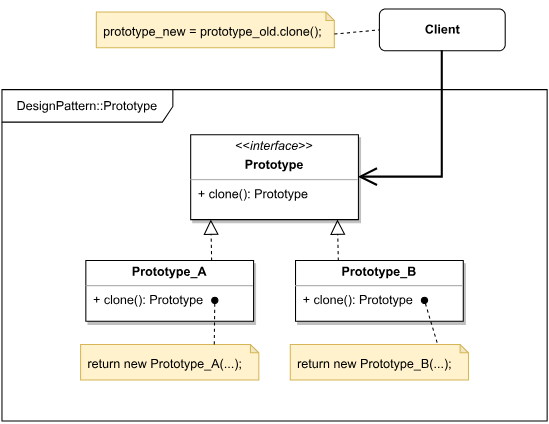
safar-jn/design-patterns keeps this draw.io diagram as Prototype/Prototype.svg. Above is the earlier version. Source tidied: cells renumbered, new cells last; positions are measured from the earlier drawing's top-left corner, leaving out a move shared by most shapes. The source it was exported from:
```xml
<mxGraphModel>
  <root>
    <mxCell id="0" />
    <mxCell id="1" parent="0" />
    <mxCell id="2" value="DesignPattern::Prototype" style="shape=umlFrame;whiteSpace=wrap;html=1;width=163;height=31;" parent="1" vertex="1">
      <mxGeometry y="77" width="520" height="316" as="geometry" />
    </mxCell>
    <mxCell id="3" style="edgeStyle=orthogonalEdgeStyle;rounded=0;orthogonalLoop=1;jettySize=auto;html=1;exitX=0.5;exitY=1;exitDx=0;exitDy=0;" parent="1" edge="1">
      <mxGeometry relative="1" as="geometry">
        <mxPoint x="120" as="sourcePoint" />
        <mxPoint x="120" as="targetPoint" />
      </mxGeometry>
    </mxCell>
    <mxCell id="4" value="&lt;b&gt;Client&lt;/b&gt;" style="html=1;rounded=1;shadow=0;glass=0;sketch=0;strokeColor=default;strokeWidth=1;fontSize=12;fontColor=default;fillColor=default;gradientColor=none;" parent="1" vertex="1">
      <mxGeometry x="360" width="120" height="40" as="geometry" />
    </mxCell>
    <mxCell id="5" value="&lt;div style=&quot;&quot;&gt;&lt;span style=&quot;font-size: 12px;&quot;&gt;prototype_new = prototype_old.clone();&lt;/span&gt;&lt;/div&gt;" style="shape=note;backgroundOutline=1;darkOpacity=0.05;rounded=1;shadow=0;glass=0;sketch=0;strokeColor=#d6b656;fontSize=16;size=8;strokeWidth=1;fillColor=#fff2cc;html=1;whiteSpace=wrap;align=left;spacingLeft=5;" parent="1" vertex="1">
      <mxGeometry x="90" y="3" width="227" height="34" as="geometry" />
    </mxCell>
    <mxCell id="6" style="endArrow=none;dashed=1;html=1;rounded=0;shadow=0;sketch=0;strokeWidth=1;fontSize=12;startArrow=none;startFill=0;entryX=0;entryY=0.5;entryDx=0;entryDy=0;exitX=0;exitY=0;exitDx=227;exitDy=21;exitPerimeter=0;" parent="1" edge="1" source="5" target="4">
      <mxGeometry relative="1" as="geometry" />
    </mxCell>
    <mxCell id="7" value="&lt;p style=&quot;margin:0px;margin-top:4px;text-align:center;&quot;&gt;&amp;lt;&amp;lt;&lt;i&gt;interface&lt;/i&gt;&amp;gt;&amp;gt;&lt;/p&gt;&lt;p style=&quot;margin:0px;margin-top:4px;text-align:center;&quot;&gt;&lt;b&gt;Prototype&lt;/b&gt;&lt;/p&gt;&lt;hr size=&quot;1&quot;&gt;&lt;p style=&quot;margin:0px;margin-left:4px;&quot;&gt;&lt;/p&gt;&lt;p style=&quot;margin:0px;margin-left:4px;&quot;&gt;&amp;nbsp;+ clone(): Prototype&lt;/p&gt;" style="verticalAlign=top;align=left;overflow=fill;fontSize=12;fontFamily=Helvetica;html=1;rounded=0;shadow=1;glass=0;sketch=0;strokeColor=default;strokeWidth=1;fontColor=default;fillColor=default;gradientColor=none;" parent="1" vertex="1">
      <mxGeometry x="180" y="120" width="160" height="81" as="geometry" />
    </mxCell>
    <mxCell id="8" style="edgeStyle=orthogonalEdgeStyle;rounded=0;jettySize=auto;html=1;exitX=0.5;exitY=1;exitDx=0;exitDy=0;entryX=1;entryY=0.5;entryDx=0;entryDy=0;fontSize=12;endArrow=open;startSize=14;endSize=14;shadow=0;sketch=0;strokeWidth=2;fontColor=default;labelBackgroundColor=default;strokeColor=#000000;" parent="1" edge="1" source="4" target="7">
      <mxGeometry relative="1" as="geometry">
        <Array as="points">
          <mxPoint x="420" y="161" />
          <mxPoint x="340" y="161" />
        </Array>
      </mxGeometry>
    </mxCell>
    <mxCell id="9" value="&lt;p style=&quot;margin:0px;margin-top:4px;text-align:center;&quot;&gt;&lt;b&gt;Prototype_A&lt;/b&gt;&lt;/p&gt;&lt;hr size=&quot;1&quot;&gt;&lt;p style=&quot;margin:0px;margin-left:4px;&quot;&gt;&lt;/p&gt;&lt;p style=&quot;margin:0px;margin-left:4px;&quot;&gt;&lt;span style=&quot;background-color: initial;&quot;&gt;&amp;nbsp;+ clone(): Prototype&lt;/span&gt;&lt;br&gt;&lt;/p&gt;" style="verticalAlign=top;align=left;overflow=fill;fontSize=12;fontFamily=Helvetica;html=1;rounded=0;shadow=1;glass=0;sketch=0;strokeColor=default;strokeWidth=1;fontColor=default;fillColor=default;gradientColor=none;" parent="1" vertex="1">
      <mxGeometry x="80" y="240" width="160" height="58" as="geometry" />
    </mxCell>
    <mxCell id="10" style="edgeStyle=orthogonalEdgeStyle;rounded=0;sketch=0;orthogonalLoop=1;jettySize=auto;html=1;exitX=0.5;exitY=1;exitDx=0;exitDy=0;exitPerimeter=0;shadow=0;labelBackgroundColor=default;strokeColor=#000000;strokeWidth=1;fontSize=12;fontColor=default;startArrow=none;startFill=0;endArrow=openThin;endFill=0;" parent="1" edge="1" source="5" target="5">
      <mxGeometry relative="1" as="geometry" />
    </mxCell>
    <mxCell id="11" style="endArrow=block;dashed=1;endFill=0;endSize=12;html=1;rounded=0;shadow=0;labelBackgroundColor=default;sketch=0;strokeColor=#000000;strokeWidth=1;fontSize=12;fontColor=default;exitX=0.75;exitY=0;exitDx=0;exitDy=0;entryX=0.12;entryY=0.998;entryDx=0;entryDy=0;entryPerimeter=0;" parent="1" edge="1" source="9" target="7">
      <mxGeometry relative="1" as="geometry" />
    </mxCell>
    <mxCell id="12" value="&lt;p style=&quot;margin:0px;margin-top:4px;text-align:center;&quot;&gt;&lt;b&gt;Prototype_B&lt;/b&gt;&lt;/p&gt;&lt;hr size=&quot;1&quot;&gt;&lt;p style=&quot;margin:0px;margin-left:4px;&quot;&gt;&lt;/p&gt;&lt;p style=&quot;margin:0px;margin-left:4px;&quot;&gt;&lt;span style=&quot;background-color: initial;&quot;&gt;&amp;nbsp;+ clone(): Prototype&lt;/span&gt;&lt;br&gt;&lt;/p&gt;" style="verticalAlign=top;align=left;overflow=fill;fontSize=12;fontFamily=Helvetica;html=1;rounded=0;shadow=1;glass=0;sketch=0;strokeColor=default;strokeWidth=1;fontColor=default;fillColor=default;gradientColor=none;" parent="1" vertex="1">
      <mxGeometry x="280" y="240" width="160" height="58" as="geometry" />
    </mxCell>
    <mxCell id="13" style="endArrow=block;dashed=1;endFill=0;endSize=12;html=1;rounded=0;shadow=0;labelBackgroundColor=default;sketch=0;strokeColor=#000000;strokeWidth=1;fontSize=12;fontColor=default;exitX=0.75;exitY=0;exitDx=0;exitDy=0;entryX=0.12;entryY=0.998;entryDx=0;entryDy=0;entryPerimeter=0;" parent="1" edge="1">
      <mxGeometry relative="1" as="geometry">
        <mxPoint x="320.8" y="240" as="sourcePoint" />
        <mxPoint x="320" y="200.8" as="targetPoint" />
      </mxGeometry>
    </mxCell>
    <mxCell id="14" value="&lt;div style=&quot;&quot;&gt;&lt;span style=&quot;font-size: 12px;&quot;&gt;return new Prototype_A(...);&lt;/span&gt;&lt;/div&gt;" style="shape=note;backgroundOutline=1;darkOpacity=0.05;rounded=1;shadow=0;glass=0;sketch=0;strokeColor=#d6b656;fontSize=16;size=8;strokeWidth=1;fillColor=#fff2cc;html=1;whiteSpace=wrap;align=left;spacingLeft=5;" parent="1" vertex="1">
      <mxGeometry x="75" y="320" width="170" height="34" as="geometry" />
    </mxCell>
    <mxCell id="15" value="&lt;div style=&quot;&quot;&gt;&lt;span style=&quot;font-size: 12px;&quot;&gt;return new Prototype_B(...);&lt;/span&gt;&lt;/div&gt;" style="shape=note;backgroundOutline=1;darkOpacity=0.05;rounded=1;shadow=0;glass=0;sketch=0;strokeColor=#d6b656;fontSize=16;size=8;strokeWidth=1;fillColor=#fff2cc;html=1;whiteSpace=wrap;align=left;spacingLeft=5;" parent="1" vertex="1">
      <mxGeometry x="275" y="320" width="170" height="34" as="geometry" />
    </mxCell>
    <mxCell id="16" style="endArrow=oval;dashed=1;html=1;rounded=0;shadow=0;sketch=0;strokeWidth=1;fontSize=12;startArrow=none;startFill=0;exitX=0.75;exitY=0;exitDx=0;exitDy=0;exitPerimeter=0;endFill=1;" parent="1" edge="1" source="14">
      <mxGeometry relative="1" as="geometry">
        <mxPoint x="203" y="278" as="targetPoint" />
      </mxGeometry>
    </mxCell>
    <mxCell id="17" style="endArrow=oval;dashed=1;html=1;rounded=0;shadow=0;sketch=0;strokeWidth=1;fontSize=12;startArrow=none;startFill=0;exitX=0.824;exitY=-0.049;exitDx=0;exitDy=0;exitPerimeter=0;endFill=1;" parent="1" edge="1" source="15">
      <mxGeometry relative="1" as="geometry">
        <mxPoint x="403" y="278" as="targetPoint" />
      </mxGeometry>
    </mxCell>
  </root>
</mxGraphModel>
```
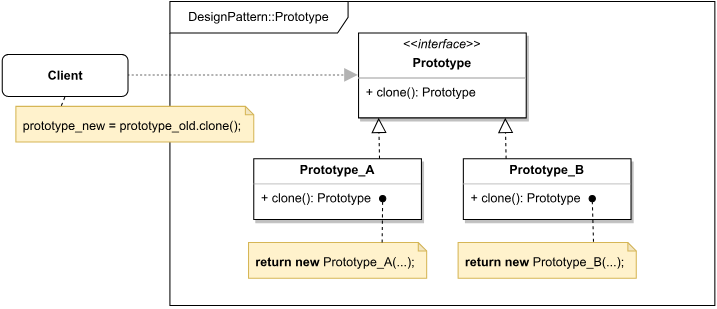
After the commit.

Diff of the diagram source:
```diff
@@ -2,35 +2,29 @@
   <root>
     <mxCell id="0" />
     <mxCell id="1" parent="0" />
+    <mxCell id="8" style="edgeStyle=orthogonalEdgeStyle;rounded=0;jettySize=auto;html=1;exitX=1;exitY=0.5;exitDx=0;exitDy=0;entryX=0;entryY=0.5;entryDx=0;entryDy=0;fontSize=12;endArrow=block;startSize=14;endSize=8;shadow=0;sketch=0;strokeWidth=2;fontColor=default;labelBackgroundColor=default;strokeColor=#B3B3B3;endFill=1;dashed=1;dashPattern=1 1;" parent="1" edge="1" source="4" target="7">
+      <mxGeometry relative="1" as="geometry">
+        <Array as="points">
+          <mxPoint x="-40" y="160" />
+          <mxPoint x="150" y="160" />
+        </Array>
+      </mxGeometry>
+    </mxCell>
-    <mxCell id="2" value="DesignPattern::Prototype" style="shape=umlFrame;whiteSpace=wrap;html=1;width=163;height=31;" parent="1" vertex="1">
-      <mxGeometry y="77" width="520" height="316" as="geometry" />
+    <mxCell id="2" value="DesignPattern::Prototype" style="shape=umlFrame;whiteSpace=wrap;html=1;width=170;height=30;" parent="1" vertex="1">
+      <mxGeometry y="90" width="520" height="290" as="geometry" />
     </mxCell>
-    <mxCell id="3" style="edgeStyle=orthogonalEdgeStyle;rounded=0;orthogonalLoop=1;jettySize=auto;html=1;exitX=0.5;exitY=1;exitDx=0;exitDy=0;" parent="1" edge="1">
-      <mxGeometry relative="1" as="geometry">
-        <mxPoint x="120" as="sourcePoint" />
-        <mxPoint x="120" as="targetPoint" />
-      </mxGeometry>
-    </mxCell>
     <mxCell id="4" value="&lt;b&gt;Client&lt;/b&gt;" style="html=1;rounded=1;shadow=0;glass=0;sketch=0;strokeColor=default;strokeWidth=1;fontSize=12;fontColor=default;fillColor=default;gradientColor=none;" parent="1" vertex="1">
-      <mxGeometry x="360" width="120" height="40" as="geometry" />
+      <mxGeometry x="-160" y="140.5" width="120" height="40" as="geometry" />
     </mxCell>
     <mxCell id="5" value="&lt;div style=&quot;&quot;&gt;&lt;span style=&quot;font-size: 12px;&quot;&gt;prototype_new = prototype_old.clone();&lt;/span&gt;&lt;/div&gt;" style="shape=note;backgroundOutline=1;darkOpacity=0.05;rounded=1;shadow=0;glass=0;sketch=0;strokeColor=#d6b656;fontSize=16;size=8;strokeWidth=1;fillColor=#fff2cc;html=1;whiteSpace=wrap;align=left;spacingLeft=5;" parent="1" vertex="1">
-      <mxGeometry x="90" y="3" width="227" height="34" as="geometry" />
+      <mxGeometry x="-147" y="190" width="227" height="34" as="geometry" />
     </mxCell>
-    <mxCell id="6" style="endArrow=none;dashed=1;html=1;rounded=0;shadow=0;sketch=0;strokeWidth=1;fontSize=12;startArrow=none;startFill=0;entryX=0;entryY=0.5;entryDx=0;entryDy=0;exitX=0;exitY=0;exitDx=227;exitDy=21;exitPerimeter=0;" parent="1" edge="1" source="5" target="4">
+    <mxCell id="6" style="endArrow=none;dashed=1;html=1;rounded=0;shadow=0;sketch=0;strokeWidth=1;fontSize=12;startArrow=none;startFill=0;entryX=0.5;entryY=1;entryDx=0;entryDy=0;exitX=0.191;exitY=-0.017;exitDx=0;exitDy=0;exitPerimeter=0;" parent="1" edge="1" source="5" target="4">
       <mxGeometry relative="1" as="geometry" />
     </mxCell>
     <mxCell id="7" value="&lt;p style=&quot;margin:0px;margin-top:4px;text-align:center;&quot;&gt;&amp;lt;&amp;lt;&lt;i&gt;interface&lt;/i&gt;&amp;gt;&amp;gt;&lt;/p&gt;&lt;p style=&quot;margin:0px;margin-top:4px;text-align:center;&quot;&gt;&lt;b&gt;Prototype&lt;/b&gt;&lt;/p&gt;&lt;hr size=&quot;1&quot;&gt;&lt;p style=&quot;margin:0px;margin-left:4px;&quot;&gt;&lt;/p&gt;&lt;p style=&quot;margin:0px;margin-left:4px;&quot;&gt;&amp;nbsp;+ clone(): Prototype&lt;/p&gt;" style="verticalAlign=top;align=left;overflow=fill;fontSize=12;fontFamily=Helvetica;html=1;rounded=0;shadow=1;glass=0;sketch=0;strokeColor=default;strokeWidth=1;fontColor=default;fillColor=default;gradientColor=none;" parent="1" vertex="1">
       <mxGeometry x="180" y="120" width="160" height="81" as="geometry" />
     </mxCell>
-    <mxCell id="8" style="edgeStyle=orthogonalEdgeStyle;rounded=0;jettySize=auto;html=1;exitX=0.5;exitY=1;exitDx=0;exitDy=0;entryX=1;entryY=0.5;entryDx=0;entryDy=0;fontSize=12;endArrow=open;startSize=14;endSize=14;shadow=0;sketch=0;strokeWidth=2;fontColor=default;labelBackgroundColor=default;strokeColor=#000000;" parent="1" edge="1" source="4" target="7">
-      <mxGeometry relative="1" as="geometry">
-        <Array as="points">
-          <mxPoint x="420" y="161" />
-          <mxPoint x="340" y="161" />
-        </Array>
-      </mxGeometry>
-    </mxCell>
     <mxCell id="9" value="&lt;p style=&quot;margin:0px;margin-top:4px;text-align:center;&quot;&gt;&lt;b&gt;Prototype_A&lt;/b&gt;&lt;/p&gt;&lt;hr size=&quot;1&quot;&gt;&lt;p style=&quot;margin:0px;margin-left:4px;&quot;&gt;&lt;/p&gt;&lt;p style=&quot;margin:0px;margin-left:4px;&quot;&gt;&lt;span style=&quot;background-color: initial;&quot;&gt;&amp;nbsp;+ clone(): Prototype&lt;/span&gt;&lt;br&gt;&lt;/p&gt;" style="verticalAlign=top;align=left;overflow=fill;fontSize=12;fontFamily=Helvetica;html=1;rounded=0;shadow=1;glass=0;sketch=0;strokeColor=default;strokeWidth=1;fontColor=default;fillColor=default;gradientColor=none;" parent="1" vertex="1">
       <mxGeometry x="80" y="240" width="160" height="58" as="geometry" />
     </mxCell>
@@ -43,27 +37,27 @@
     <mxCell id="12" value="&lt;p style=&quot;margin:0px;margin-top:4px;text-align:center;&quot;&gt;&lt;b&gt;Prototype_B&lt;/b&gt;&lt;/p&gt;&lt;hr size=&quot;1&quot;&gt;&lt;p style=&quot;margin:0px;margin-left:4px;&quot;&gt;&lt;/p&gt;&lt;p style=&quot;margin:0px;margin-left:4px;&quot;&gt;&lt;span style=&quot;background-color: initial;&quot;&gt;&amp;nbsp;+ clone(): Prototype&lt;/span&gt;&lt;br&gt;&lt;/p&gt;" style="verticalAlign=top;align=left;overflow=fill;fontSize=12;fontFamily=Helvetica;html=1;rounded=0;shadow=1;glass=0;sketch=0;strokeColor=default;strokeWidth=1;fontColor=default;fillColor=default;gradientColor=none;" parent="1" vertex="1">
       <mxGeometry x="280" y="240" width="160" height="58" as="geometry" />
     </mxCell>
-    <mxCell id="13" style="endArrow=block;dashed=1;endFill=0;endSize=12;html=1;rounded=0;shadow=0;labelBackgroundColor=default;sketch=0;strokeColor=#000000;strokeWidth=1;fontSize=12;fontColor=default;exitX=0.75;exitY=0;exitDx=0;exitDy=0;entryX=0.12;entryY=0.998;entryDx=0;entryDy=0;entryPerimeter=0;" parent="1" edge="1">
-      <mxGeometry relative="1" as="geometry">
-        <mxPoint x="320.8" y="240" as="sourcePoint" />
-        <mxPoint x="320" y="200.8" as="targetPoint" />
-      </mxGeometry>
-    </mxCell>
+    <mxCell id="18" style="endArrow=block;dashed=1;endFill=0;endSize=12;html=1;rounded=0;shadow=0;labelBackgroundColor=default;sketch=0;strokeColor=#000000;strokeWidth=1;fontSize=12;fontColor=default;exitX=0.75;exitY=0;exitDx=0;exitDy=0;entryX=0.12;entryY=0.998;entryDx=0;entryDy=0;entryPerimeter=0;" parent="1" edge="1">
+      <mxGeometry relative="1" as="geometry">
+        <mxPoint x="320.8" y="240" as="sourcePoint" />
+        <mxPoint x="320" y="200.8" as="targetPoint" />
+      </mxGeometry>
+    </mxCell>
-    <mxCell id="14" value="&lt;div style=&quot;&quot;&gt;&lt;span style=&quot;font-size: 12px;&quot;&gt;return new Prototype_A(...);&lt;/span&gt;&lt;/div&gt;" style="shape=note;backgroundOutline=1;darkOpacity=0.05;rounded=1;shadow=0;glass=0;sketch=0;strokeColor=#d6b656;fontSize=16;size=8;strokeWidth=1;fillColor=#fff2cc;html=1;whiteSpace=wrap;align=left;spacingLeft=5;" parent="1" vertex="1">
+    <mxCell id="14" value="&lt;div style=&quot;&quot;&gt;&lt;span style=&quot;font-size: 12px;&quot;&gt;&lt;b&gt;return new &lt;/b&gt;Prototype_A(...);&lt;/span&gt;&lt;/div&gt;" style="shape=note;backgroundOutline=1;darkOpacity=0.05;rounded=1;shadow=0;glass=0;sketch=0;strokeColor=#d6b656;fontSize=16;size=8;strokeWidth=1;fillColor=#fff2cc;html=1;whiteSpace=wrap;align=left;spacingLeft=5;" parent="1" vertex="1">
       <mxGeometry x="75" y="320" width="170" height="34" as="geometry" />
     </mxCell>
-    <mxCell id="15" value="&lt;div style=&quot;&quot;&gt;&lt;span style=&quot;font-size: 12px;&quot;&gt;return new Prototype_B(...);&lt;/span&gt;&lt;/div&gt;" style="shape=note;backgroundOutline=1;darkOpacity=0.05;rounded=1;shadow=0;glass=0;sketch=0;strokeColor=#d6b656;fontSize=16;size=8;strokeWidth=1;fillColor=#fff2cc;html=1;whiteSpace=wrap;align=left;spacingLeft=5;" parent="1" vertex="1">
+    <mxCell id="15" value="&lt;div style=&quot;&quot;&gt;&lt;span style=&quot;font-size: 12px;&quot;&gt;&lt;b&gt;return new &lt;/b&gt;Prototype_B(...);&lt;/span&gt;&lt;/div&gt;" style="shape=note;backgroundOutline=1;darkOpacity=0.05;rounded=1;shadow=0;glass=0;sketch=0;strokeColor=#d6b656;fontSize=16;size=8;strokeWidth=1;fillColor=#fff2cc;html=1;whiteSpace=wrap;align=left;spacingLeft=5;" parent="1" vertex="1">
       <mxGeometry x="275" y="320" width="170" height="34" as="geometry" />
     </mxCell>
-    <mxCell id="16" style="endArrow=oval;dashed=1;html=1;rounded=0;shadow=0;sketch=0;strokeWidth=1;fontSize=12;startArrow=none;startFill=0;exitX=0.75;exitY=0;exitDx=0;exitDy=0;exitPerimeter=0;endFill=1;" parent="1" edge="1" source="14">
-      <mxGeometry relative="1" as="geometry">
-        <mxPoint x="203" y="278" as="targetPoint" />
-      </mxGeometry>
-    </mxCell>
-    <mxCell id="17" style="endArrow=oval;dashed=1;html=1;rounded=0;shadow=0;sketch=0;strokeWidth=1;fontSize=12;startArrow=none;startFill=0;exitX=0.824;exitY=-0.049;exitDx=0;exitDy=0;exitPerimeter=0;endFill=1;" parent="1" edge="1" source="15">
-      <mxGeometry relative="1" as="geometry">
-        <mxPoint x="403" y="278" as="targetPoint" />
-      </mxGeometry>
-    </mxCell>
+    <mxCell id="19" style="endArrow=oval;dashed=1;html=1;rounded=0;shadow=0;sketch=0;strokeWidth=1;fontSize=12;startArrow=none;startFill=0;exitX=0.75;exitY=0;exitDx=0;exitDy=0;exitPerimeter=0;endFill=1;" parent="1" edge="1" source="14">
+      <mxGeometry relative="1" as="geometry">
+        <mxPoint x="203" y="278" as="targetPoint" />
+      </mxGeometry>
+    </mxCell>
+    <mxCell id="20" style="endArrow=oval;dashed=1;html=1;rounded=0;shadow=0;sketch=0;strokeWidth=1;fontSize=12;startArrow=none;startFill=0;exitX=0.76;exitY=-0.021;exitDx=0;exitDy=0;exitPerimeter=0;endFill=1;" parent="1" edge="1" source="15">
+      <mxGeometry relative="1" as="geometry">
+        <mxPoint x="403" y="278" as="targetPoint" />
+      </mxGeometry>
+    </mxCell>
   </root>
 </mxGraphModel>
```
